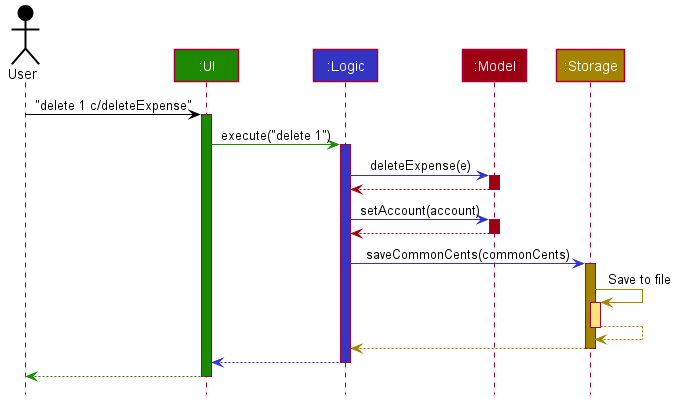
This is docs/images/ArchitectureSequenceDiagram.png from nus-cs2103-AY2021S1/tp, a PlantUML export, as it was before one commit.
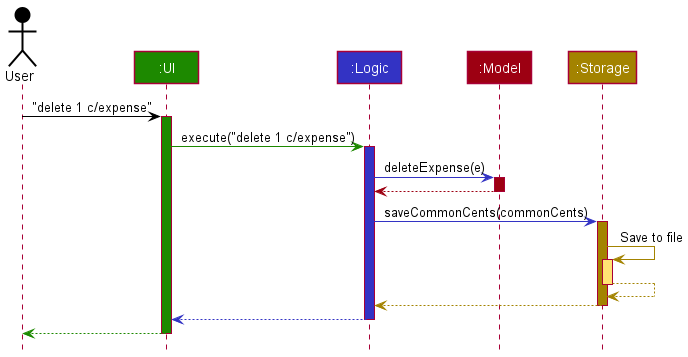
After the commit.

Diff of the diagram source:
```diff
@@ -1,92 +1,38 @@
 @startuml
+!include style.puml
 
+Actor User as user USER_COLOR
+Participant ":UI" as ui UI_COLOR
+Participant ":Logic" as logic LOGIC_COLOR
+Participant ":Model" as model MODEL_COLOR
+Participant ":Storage" as storage STORAGE_COLOR
 
+user -[USER_COLOR]> ui : "delete 1 c/expense"
+activate ui UI_COLOR
 
+ui -[UI_COLOR]> logic : execute("delete 1 c/expense")
+activate logic LOGIC_COLOR
 
+logic -[LOGIC_COLOR]> model : deleteExpense(e)
+activate model MODEL_COLOR
 
-
-
-
-
-skinparam BackgroundColor #FFFFFFF
-
-skinparam Shadowing false
-
-skinparam Class {
-    FontColor #FFFFFF
-    BorderThickness 1
-    BorderColor #FFFFFF
-    StereotypeFontColor #FFFFFF
-    FontName Arial
-}
-
-skinparam Actor {
-    BorderColor #000000
-    Color #000000
-    FontName Arial
-}
-
-skinparam Sequence {
-    MessageAlign center
-    BoxFontSize 15
-    BoxPadding 0
-    BoxFontColor #FFFFFF
-    FontName Arial
-}
-
-skinparam Participant {
-    FontColor #FFFFFFF
-    Padding 20
-}
-
-skinparam MinClassWidth 50
-skinparam ParticipantPadding 10
-skinparam Shadowing false
-skinparam DefaultTextAlignment center
-skinparam packageStyle Rectangle
-
-hide footbox
-hide members
-hide circle
-
-Actor User as user #000000
-Participant ":UI" as ui #1D8900
-Participant ":Logic" as logic #3333C4
-Participant ":Model" as model #9D0012
-Participant ":Storage" as storage #A38300
-
-user -[#000000]> ui : "delete 1 c/deleteExpense"
-activate ui #1D8900
-
-ui -[#1D8900]> logic : execute("delete 1")
-activate logic #3333C4
-
-logic -[#3333C4]> model : deleteExpense(e)
-activate model #9D0012
-
-model -[#9D0012]-> logic
+model -[MODEL_COLOR]-> logic
 deactivate model
 
-logic -[#3333C4]> model : setAccount(account)
-activate model #9D0012
+logic -[LOGIC_COLOR]> storage : saveCommonCents(commonCents)
+activate storage STORAGE_COLOR
 
-model -[#9D0012]-> logic
-deactivate model
-
-logic -[#3333C4]> storage : saveCommonCents(commonCents)
-activate storage #A38300
-
-storage -[#A38300]> storage : Save to file
-activate storage #FFE374
-storage --[#A38300]> storage
+storage -[STORAGE_COLOR]> storage : Save to file
+activate storage STORAGE_COLOR_T1
+storage --[STORAGE_COLOR]> storage
 deactivate storage
 
-storage --[#A38300]> logic
+storage --[STORAGE_COLOR]> logic
 deactivate storage
 
-logic --[#3333C4]> ui
+logic --[LOGIC_COLOR]> ui
 deactivate logic
 
-ui--[#1D8900]> user
+ui--[UI_COLOR]> user
 deactivate ui
 @enduml
```
